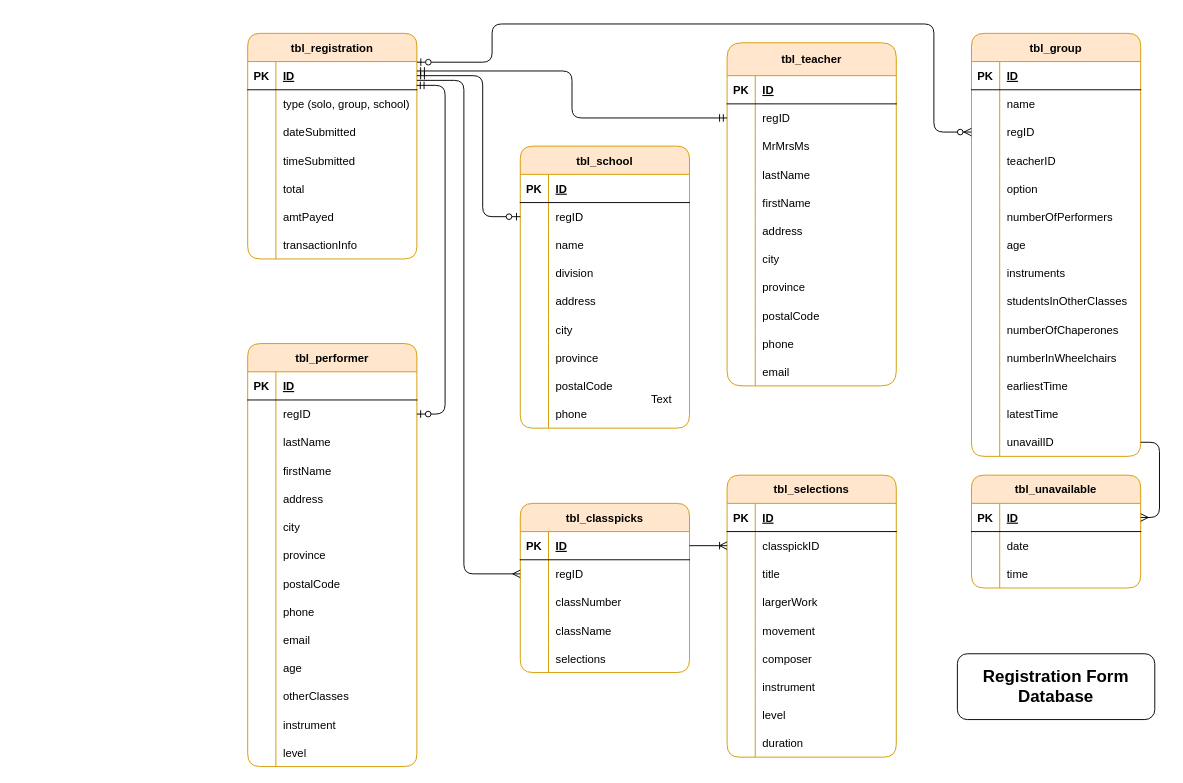
This is page "Page-1" (1 of 2) of class_registration.drawio from davesawatzky/wmf-vite, a draw.io file, before an edit. Source tidied: cells renumbered, new cells numbered last; positions are measured from the earlier drawing's top-left corner, leaving out a move shared by most shapes. Both pictures are drawn from the tidied source at 94%, with x=0, y=0 at pixel (247, 24).
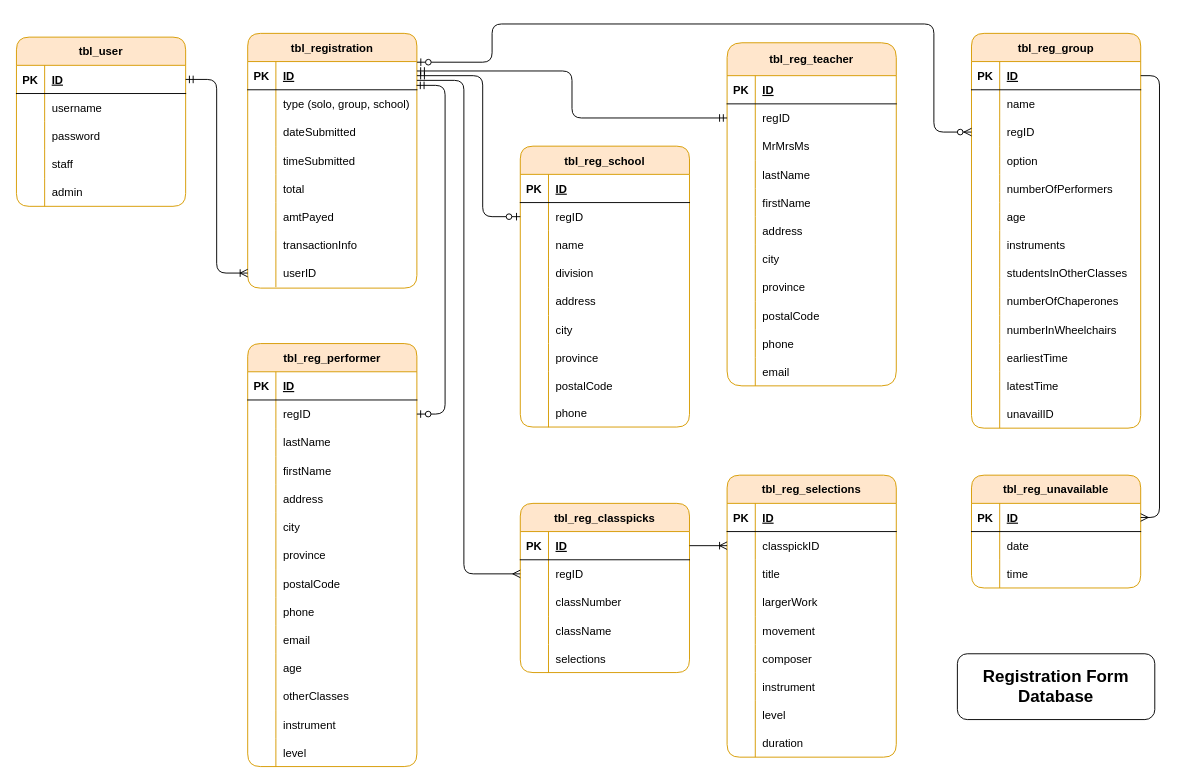
After the change.

The change refers to these unchanged cells:
```xml
<mxCell id="80" style="shape=partialRectangle;fillColor=none;top=0;left=0;bottom=1;right=0;points=[[0,0.5],[1,0.5]];portConstraint=eastwest;" parent="79" vertex="1">
  <mxGeometry y="30" width="180" height="30" as="geometry" />
</mxCell>
<mxCell id="123" style="shape=partialRectangle;fillColor=none;top=0;left=0;bottom=1;right=0;points=[[0,0.5],[1,0.5]];portConstraint=eastwest;" parent="122" vertex="1">
  <mxGeometry y="30" width="180" height="30" as="geometry" />
</mxCell>
```

The edit, as a diff of the source:
```diff
@@
-    <mxCell id="2" value="tbl_performer" style="shape=table;startSize=30;childLayout=tableLayout;rowLines=0;fontStyle=1;align=center;fillColor=#ffe6cc;strokeColor=#d79b00;rounded=1;" parent="1" vertex="1">
+    <mxCell id="2" value="tbl_reg_performer" style="shape=table;startSize=30;childLayout=tableLayout;rowLines=0;fontStyle=1;align=center;fillColor=#ffe6cc;strokeColor=#d79b00;rounded=1;" parent="1" vertex="1">
       <mxGeometry y="340" width="180" height="450" as="geometry" />
     </mxCell>
@@
-    <mxCell id="45" value="tbl_teacher" style="shape=table;startSize=35;childLayout=tableLayout;rowLines=0;fontStyle=1;align=center;fillColor=#ffe6cc;strokeColor=#d79b00;rounded=1;" parent="1" vertex="1">
+    <mxCell id="45" value="tbl_reg_teacher" style="shape=table;startSize=35;childLayout=tableLayout;rowLines=0;fontStyle=1;align=center;fillColor=#ffe6cc;strokeColor=#d79b00;rounded=1;" parent="1" vertex="1">
       <mxGeometry x="510" y="20" width="180" height="365" as="geometry" />
     </mxCell>
@@
-    <mxCell id="79" value="tbl_group" style="shape=table;startSize=30;childLayout=tableLayout;rowLines=0;fontStyle=1;align=center;fillColor=#ffe6cc;strokeColor=#d79b00;rounded=1;" parent="1" vertex="1">
-      <mxGeometry x="770" y="10" width="180" height="450" as="geometry" />
+    <mxCell id="79" value="tbl_reg_group" style="shape=table;startSize=30;childLayout=tableLayout;rowLines=0;fontStyle=1;align=center;fillColor=#ffe6cc;strokeColor=#d79b00;rounded=1;" parent="1" vertex="1">
+      <mxGeometry x="770" y="10" width="180" height="420" as="geometry" />
     </mxCell>
@@
-    <mxCell id="89" style="shape=partialRectangle;fillColor=none;top=0;left=0;bottom=0;right=0;" parent="79" vertex="1">
-      <mxGeometry y="120" width="180" height="30" as="geometry" />
-    </mxCell>
-    <mxCell id="90" style="shape=partialRectangle;fillColor=none;top=0;left=0;bottom=0;right=0;overflow=hidden;" parent="89" vertex="1">
-      <mxGeometry width="30" height="30" as="geometry" />
-    </mxCell>
-    <mxCell id="91" value="teacherID" style="shape=partialRectangle;fillColor=none;top=0;left=0;bottom=0;right=0;align=left;spacingLeft=6;overflow=hidden;" parent="89" vertex="1">
-      <mxGeometry x="30" width="150" height="30" as="geometry" />
-    </mxCell>
     <mxCell id="92" style="shape=partialRectangle;fillColor=none;top=0;left=0;bottom=0;right=0;" parent="79" vertex="1">
-      <mxGeometry y="150" width="180" height="30" as="geometry" />
+      <mxGeometry y="120" width="180" height="30" as="geometry" />
     </mxCell>
@@
     <mxCell id="95" style="shape=partialRectangle;fillColor=none;top=0;left=0;bottom=0;right=0;" parent="79" vertex="1">
-      <mxGeometry y="180" width="180" height="30" as="geometry" />
+      <mxGeometry y="150" width="180" height="30" as="geometry" />
     </mxCell>
@@
     <mxCell id="98" style="shape=partialRectangle;fillColor=none;top=0;left=0;bottom=0;right=0;" parent="79" vertex="1">
-      <mxGeometry y="210" width="180" height="30" as="geometry" />
+      <mxGeometry y="180" width="180" height="30" as="geometry" />
     </mxCell>
@@
     <mxCell id="101" style="shape=partialRectangle;fillColor=none;top=0;left=0;bottom=0;right=0;" parent="79" vertex="1">
-      <mxGeometry y="240" width="180" height="30" as="geometry" />
+      <mxGeometry y="210" width="180" height="30" as="geometry" />
     </mxCell>
@@
     <mxCell id="104" style="shape=partialRectangle;fillColor=none;top=0;left=0;bottom=0;right=0;" parent="79" vertex="1">
-      <mxGeometry y="270" width="180" height="30" as="geometry" />
+      <mxGeometry y="240" width="180" height="30" as="geometry" />
     </mxCell>
@@
     <mxCell id="107" style="shape=partialRectangle;fillColor=none;top=0;left=0;bottom=0;right=0;" parent="79" vertex="1">
-      <mxGeometry y="300" width="180" height="30" as="geometry" />
+      <mxGeometry y="270" width="180" height="30" as="geometry" />
     </mxCell>
@@
     <mxCell id="110" style="shape=partialRectangle;fillColor=none;top=0;left=0;bottom=0;right=0;" parent="79" vertex="1">
-      <mxGeometry y="330" width="180" height="30" as="geometry" />
+      <mxGeometry y="300" width="180" height="30" as="geometry" />
     </mxCell>
@@
     <mxCell id="113" style="shape=partialRectangle;fillColor=none;top=0;left=0;bottom=0;right=0;" parent="79" vertex="1">
-      <mxGeometry y="360" width="180" height="30" as="geometry" />
+      <mxGeometry y="330" width="180" height="30" as="geometry" />
     </mxCell>
@@
     <mxCell id="116" style="shape=partialRectangle;fillColor=none;top=0;left=0;bottom=0;right=0;" parent="79" vertex="1">
-      <mxGeometry y="390" width="180" height="30" as="geometry" />
+      <mxGeometry y="360" width="180" height="30" as="geometry" />
     </mxCell>
@@
     <mxCell id="119" style="shape=partialRectangle;fillColor=none;top=0;left=0;bottom=0;right=0;points=[[0,0.5],[1,0.5]];portConstraint=eastwest;" parent="79" vertex="1">
-      <mxGeometry y="420" width="180" height="30" as="geometry" />
+      <mxGeometry y="390" width="180" height="30" as="geometry" />
     </mxCell>
@@
-    <mxCell id="122" value="tbl_unavailable" style="shape=table;startSize=30;childLayout=tableLayout;rowLines=0;fontStyle=1;align=center;fillColor=#ffe6cc;strokeColor=#d79b00;rounded=1;" parent="1" vertex="1">
+    <mxCell id="122" value="tbl_reg_unavailable" style="shape=table;startSize=30;childLayout=tableLayout;rowLines=0;fontStyle=1;align=center;fillColor=#ffe6cc;strokeColor=#d79b00;rounded=1;" parent="1" vertex="1">
       <mxGeometry x="770" y="480" width="180" height="120" as="geometry" />
     </mxCell>
@@
     <mxCell id="132" value="tbl_registration" style="shape=table;startSize=30;childLayout=tableLayout;rowLines=0;fontStyle=1;align=center;rounded=1;fillColor=#ffe6cc;strokeColor=#d79b00;" parent="1" vertex="1">
-      <mxGeometry y="10" width="180" height="240" as="geometry" />
+      <mxGeometry y="10" width="180" height="271" as="geometry" />
     </mxCell>
@@
+    <mxCell id="235" style="shape=partialRectangle;fillColor=none;top=0;left=0;bottom=0;right=0;points=[[0,0.5],[1,0.5]];portConstraint=eastwest;rounded=1;" parent="132" vertex="1">
+      <mxGeometry y="240" width="180" height="30" as="geometry" />
+    </mxCell>
+    <mxCell id="236" style="shape=partialRectangle;fillColor=none;top=0;left=0;bottom=0;right=0;overflow=hidden;rounded=1;" parent="235" vertex="1">
+      <mxGeometry width="30" height="30" as="geometry" />
+    </mxCell>
+    <mxCell id="237" value="userID" style="shape=partialRectangle;fillColor=none;top=0;left=0;bottom=0;right=0;align=left;spacingLeft=6;overflow=hidden;rounded=1;" parent="235" vertex="1">
+      <mxGeometry x="30" width="150" height="30" as="geometry" />
+    </mxCell>
-    <mxCell id="154" value="tbl_school" style="shape=table;startSize=30;childLayout=tableLayout;rowLines=0;fontStyle=1;align=center;rounded=1;fillColor=#ffe6cc;strokeColor=#d79b00;" parent="1" vertex="1">
-      <mxGeometry x="290" y="130" width="180" height="300" as="geometry" />
+    <mxCell id="154" value="tbl_reg_school" style="shape=table;startSize=30;childLayout=tableLayout;rowLines=0;fontStyle=1;align=center;rounded=1;fillColor=#ffe6cc;strokeColor=#d79b00;" parent="1" vertex="1">
+      <mxGeometry x="290" y="130" width="180" height="298.8" as="geometry" />
     </mxCell>
@@
     <mxCell id="176" style="shape=partialRectangle;fillColor=none;top=0;left=0;bottom=0;right=0;rounded=1;" parent="154" vertex="1">
-      <mxGeometry y="240" width="180" height="30" as="geometry" />
+      <mxGeometry y="240" width="180" height="29" as="geometry" />
     </mxCell>
     <mxCell id="177" style="shape=partialRectangle;fillColor=none;top=0;left=0;bottom=0;right=0;overflow=hidden;rounded=1;" parent="176" vertex="1">
-      <mxGeometry width="30" height="30" as="geometry" />
+      <mxGeometry width="30" height="29" as="geometry" />
     </mxCell>
     <mxCell id="178" value="postalCode" style="shape=partialRectangle;fillColor=none;top=0;left=0;bottom=0;right=0;align=left;spacingLeft=6;overflow=hidden;rounded=1;" parent="176" vertex="1">
-      <mxGeometry x="30" width="150" height="30" as="geometry" />
+      <mxGeometry x="30" width="150" height="29" as="geometry" />
     </mxCell>
     <mxCell id="179" style="shape=partialRectangle;fillColor=none;top=0;left=0;bottom=0;right=0;rounded=1;" parent="154" vertex="1">
-      <mxGeometry y="270" width="180" height="30" as="geometry" />
+      <mxGeometry y="269" width="180" height="30" as="geometry" />
     </mxCell>
@@
-    <mxCell id="182" style="edgeStyle=orthogonalEdgeStyle;fontSize=12;html=1;endArrow=ERmany;rounded=1;" parent="1" edge="1" source="119" target="123">
+    <mxCell id="182" style="edgeStyle=orthogonalEdgeStyle;fontSize=12;html=1;endArrow=ERmany;rounded=1;exitX=1;exitY=0.5;exitDx=0;exitDy=0;" parent="1" edge="1" source="80" target="123">
       <mxGeometry relative="1" as="geometry">
         <Array as="points">
-          <mxPoint x="970" y="445" />
+          <mxPoint x="970" y="55" />
           <mxPoint x="970" y="525" />
         </Array>
       </mxGeometry>
     </mxCell>
@@
-    <mxCell id="184" value="tbl_classpicks" style="shape=table;startSize=30;childLayout=tableLayout;rowLines=0;fontStyle=1;align=center;rounded=1;fillColor=#ffe6cc;strokeColor=#d79b00;" parent="1" vertex="1">
+    <mxCell id="184" value="tbl_reg_classpicks" style="shape=table;startSize=30;childLayout=tableLayout;rowLines=0;fontStyle=1;align=center;rounded=1;fillColor=#ffe6cc;strokeColor=#d79b00;" parent="1" vertex="1">
       <mxGeometry x="290" y="510" width="180" height="180" as="geometry" />
     </mxCell>
@@
-    <mxCell id="200" value="tbl_selections" style="shape=table;startSize=30;childLayout=tableLayout;rowLines=0;fontStyle=1;align=center;rounded=1;fillColor=#ffe6cc;strokeColor=#d79b00;" parent="1" vertex="1">
+    <mxCell id="200" value="tbl_reg_selections" style="shape=table;startSize=30;childLayout=tableLayout;rowLines=0;fontStyle=1;align=center;rounded=1;fillColor=#ffe6cc;strokeColor=#d79b00;" parent="1" vertex="1">
       <mxGeometry x="510" y="480" width="180" height="300" as="geometry" />
     </mxCell>
@@
-    <mxCell id="233" value="Text" style="text;html=1;align=center;verticalAlign=middle;fillColor=none;strokeColor=none;rounded=0;" parent="1" vertex="1">
-      <mxGeometry x="420" y="390" width="40" height="20" as="geometry" />
-    </mxCell>
@@
+    <mxCell id="238" value="tbl_user" style="shape=table;startSize=30;childLayout=tableLayout;rowLines=0;fontStyle=1;align=center;rounded=1;fillColor=#ffe6cc;strokeColor=#d79b00;" parent="1" vertex="1">
+      <mxGeometry x="-246" y="14" width="180" height="180" as="geometry" />
+    </mxCell>
+    <mxCell id="239" style="shape=partialRectangle;fillColor=none;top=0;left=0;bottom=1;right=0;points=[[0,0.5],[1,0.5]];portConstraint=eastwest;rounded=1;" parent="238" vertex="1">
+      <mxGeometry y="30" width="180" height="30" as="geometry" />
+    </mxCell>
+    <mxCell id="240" value="PK" style="shape=partialRectangle;fillColor=none;top=0;left=0;bottom=0;right=0;fontStyle=1;overflow=hidden;rounded=1;" parent="239" vertex="1">
+      <mxGeometry width="30" height="30" as="geometry" />
+    </mxCell>
+    <mxCell id="241" value="ID" style="shape=partialRectangle;fillColor=none;top=0;left=0;bottom=0;right=0;align=left;spacingLeft=6;fontStyle=5;overflow=hidden;rounded=1;" parent="239" vertex="1">
+      <mxGeometry x="30" width="150" height="30" as="geometry" />
+    </mxCell>
+    <mxCell id="242" style="shape=partialRectangle;fillColor=none;top=0;left=0;bottom=0;right=0;rounded=1;" parent="238" vertex="1">
+      <mxGeometry y="60" width="180" height="30" as="geometry" />
+    </mxCell>
+    <mxCell id="243" style="shape=partialRectangle;fillColor=none;top=0;left=0;bottom=0;right=0;overflow=hidden;rounded=1;" parent="242" vertex="1">
+      <mxGeometry width="30" height="30" as="geometry" />
+    </mxCell>
+    <mxCell id="244" value="username" style="shape=partialRectangle;fillColor=none;top=0;left=0;bottom=0;right=0;align=left;spacingLeft=6;overflow=hidden;rounded=1;" parent="242" vertex="1">
+      <mxGeometry x="30" width="150" height="30" as="geometry" />
+    </mxCell>
+    <mxCell id="245" style="shape=partialRectangle;fillColor=none;top=0;left=0;bottom=0;right=0;rounded=1;" parent="238" vertex="1">
+      <mxGeometry y="90" width="180" height="30" as="geometry" />
+    </mxCell>
+    <mxCell id="246" style="shape=partialRectangle;fillColor=none;top=0;left=0;bottom=0;right=0;overflow=hidden;rounded=1;" parent="245" vertex="1">
+      <mxGeometry width="30" height="30" as="geometry" />
+    </mxCell>
+    <mxCell id="247" value="password" style="shape=partialRectangle;fillColor=none;top=0;left=0;bottom=0;right=0;align=left;spacingLeft=6;overflow=hidden;rounded=1;" parent="245" vertex="1">
+      <mxGeometry x="30" width="150" height="30" as="geometry" />
+    </mxCell>
+    <mxCell id="248" style="shape=partialRectangle;fillColor=none;top=0;left=0;bottom=0;right=0;rounded=1;" parent="238" vertex="1">
+      <mxGeometry y="120" width="180" height="30" as="geometry" />
+    </mxCell>
+    <mxCell id="249" style="shape=partialRectangle;fillColor=none;top=0;left=0;bottom=0;right=0;overflow=hidden;rounded=1;" parent="248" vertex="1">
+      <mxGeometry width="30" height="30" as="geometry" />
+    </mxCell>
+    <mxCell id="250" value="staff" style="shape=partialRectangle;fillColor=none;top=0;left=0;bottom=0;right=0;align=left;spacingLeft=6;overflow=hidden;rounded=1;" parent="248" vertex="1">
+      <mxGeometry x="30" width="150" height="30" as="geometry" />
+    </mxCell>
+    <mxCell id="251" style="shape=partialRectangle;fillColor=none;top=0;left=0;bottom=0;right=0;rounded=1;" parent="238" vertex="1">
+      <mxGeometry y="150" width="180" height="30" as="geometry" />
+    </mxCell>
+    <mxCell id="252" style="shape=partialRectangle;fillColor=none;top=0;left=0;bottom=0;right=0;overflow=hidden;rounded=1;" parent="251" vertex="1">
+      <mxGeometry width="30" height="30" as="geometry" />
+    </mxCell>
+    <mxCell id="253" value="admin" style="shape=partialRectangle;fillColor=none;top=0;left=0;bottom=0;right=0;align=left;spacingLeft=6;overflow=hidden;rounded=1;" parent="251" vertex="1">
+      <mxGeometry x="30" width="150" height="30" as="geometry" />
+    </mxCell>
+    <mxCell id="254" style="edgeStyle=orthogonalEdgeStyle;fontSize=12;html=1;endArrow=ERoneToMany;startArrow=ERmandOne;rounded=1;" parent="1" edge="1" source="239" target="235">
+      <mxGeometry relative="1" as="geometry" />
+    </mxCell>
```
